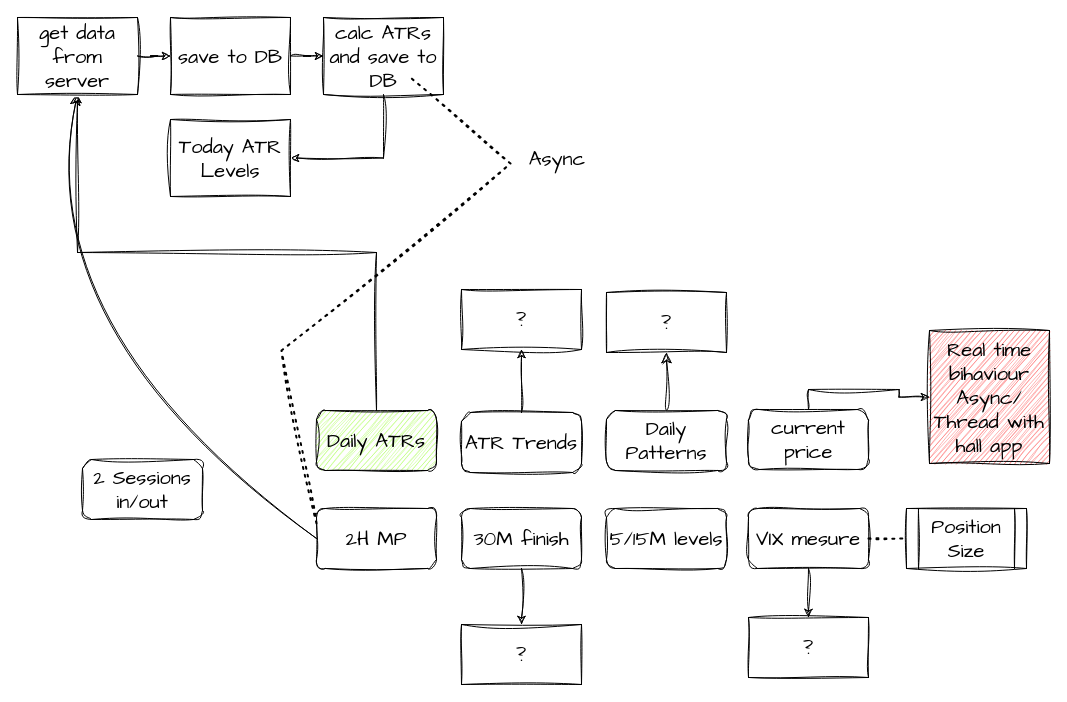
The draw.io diagram page "main" (1 of 7) of structure.drawio in Kupavtsev/markets_data_handler, before the edit. Source tidied: cells renumbered, new cells numbered last; positions are measured from the earlier drawing's top-left corner, leaving out a move shared by most shapes. Both pictures are drawn from the tidied source at 100%, with x=0, y=0 at pixel (17, 17).
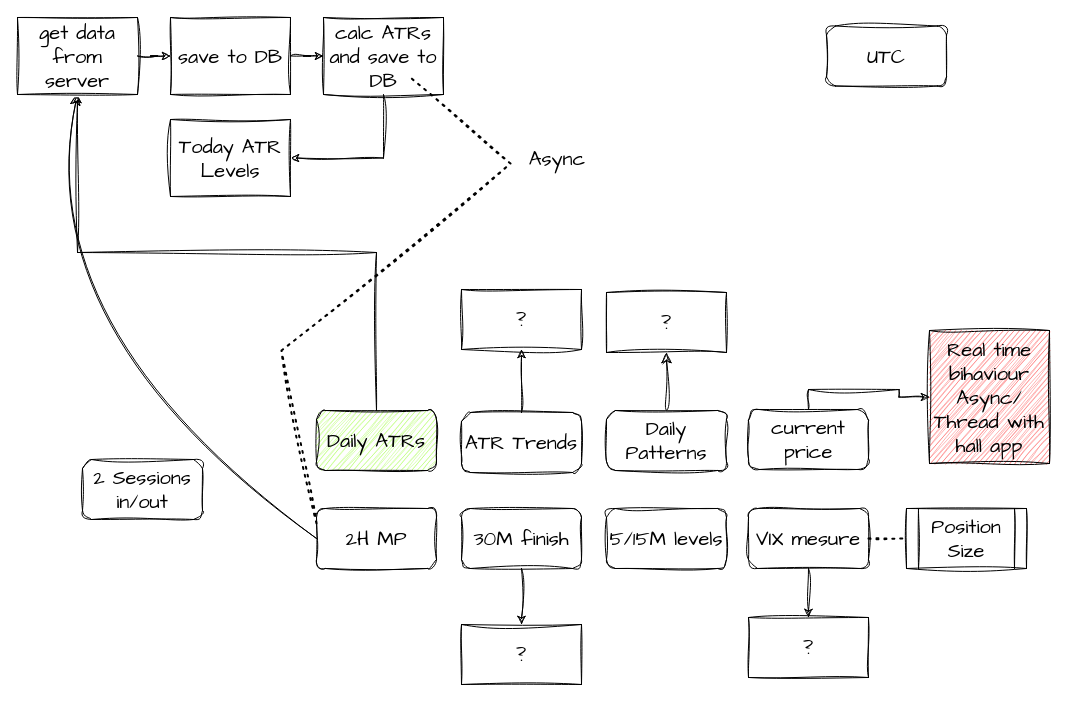
The same page after the edit.

Diff of the diagram source:
```diff
@@
+    <mxCell id="34" value="UTC" style="rounded=1;whiteSpace=wrap;html=1;sketch=1;hachureGap=4;jiggle=2;curveFitting=1;fontFamily=Architects Daughter;fontSize=20;" parent="1" vertex="1">
+      <mxGeometry x="809" y="8.5" width="120" height="60" as="geometry" />
+    </mxCell>
```
